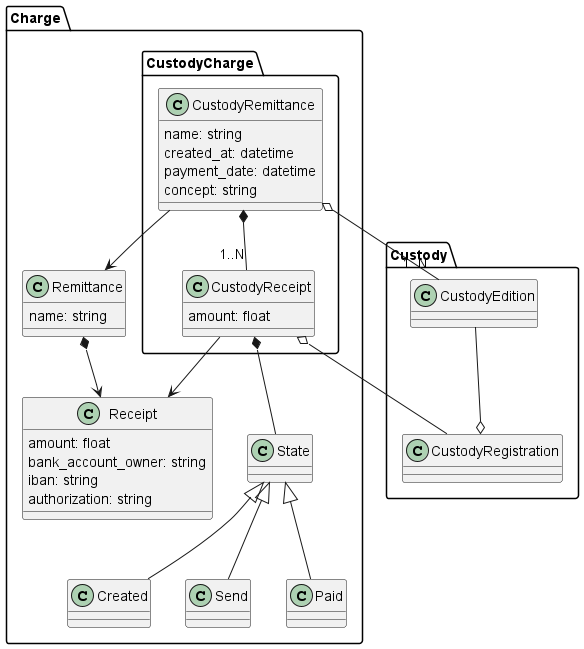
The PlantUML diagram doc/DomainModelDiagram/ChargePackage/Custody/Custody.png in IgnacioMaestro/ampa-manager, before a commit.
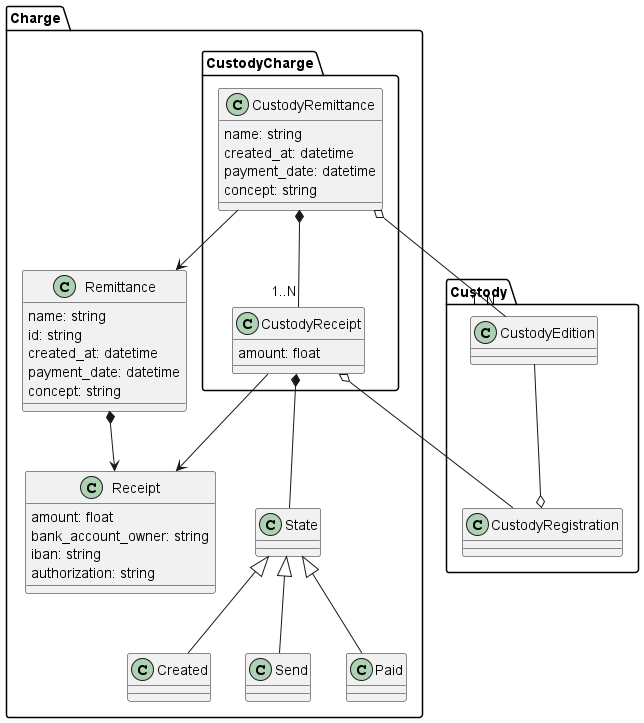
After the commit.

Diff of the diagram source:
```diff
@@ -1,4 +1,5 @@
 @startuml
+!include ..\ChargeCommon.puml
 package Charge{
     package CustodyCharge{
         class CustodyRemittance{
@@ -11,26 +12,6 @@
             amount: float
         }
     }
-
-    class State
-    class Created
-    class Send
-    class Paid
-    State <|-- Created
-    State <|-- Send
-    State <|-- Paid
-
-    class Remittance {
-        name: string
-    }
-    class Receipt {
-        amount: float
-        bank_account_owner: string
-        iban: string
-        authorization: string
-    }
-
-    Remittance *--> Receipt
 
     CustodyReceipt --> Receipt
     CustodyRemittance --> Remittance
```
